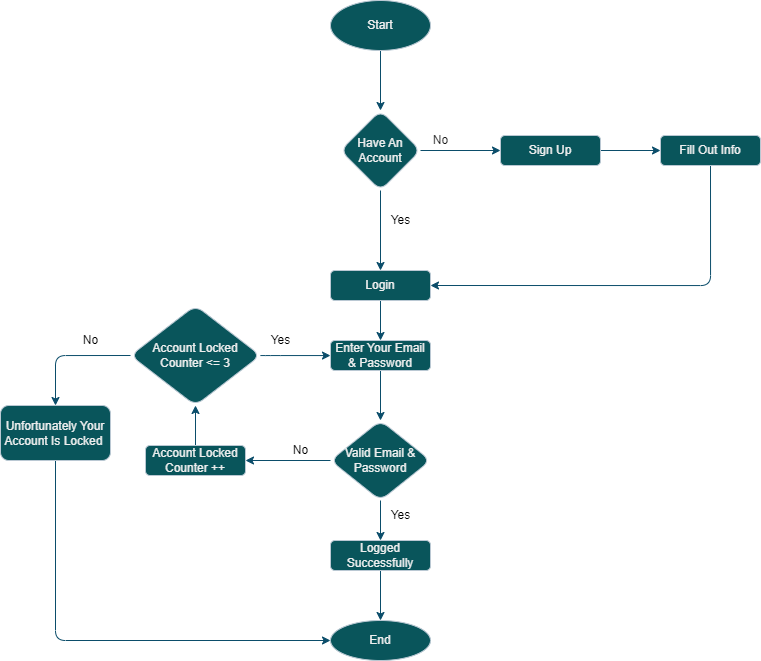
Earlier version of the draw.io export 00_Sprint_One/01_Introduction_To_Software_Engineering/00_Draw_Your_First_Flowchart/Flowchart.png (Khedr05/SPRINTS_Automotive_Software_Bootcamp). Source tidied: cells renumbered, new cells last; positions are measured from the earlier drawing's top-left corner, leaving out a move shared by most shapes.
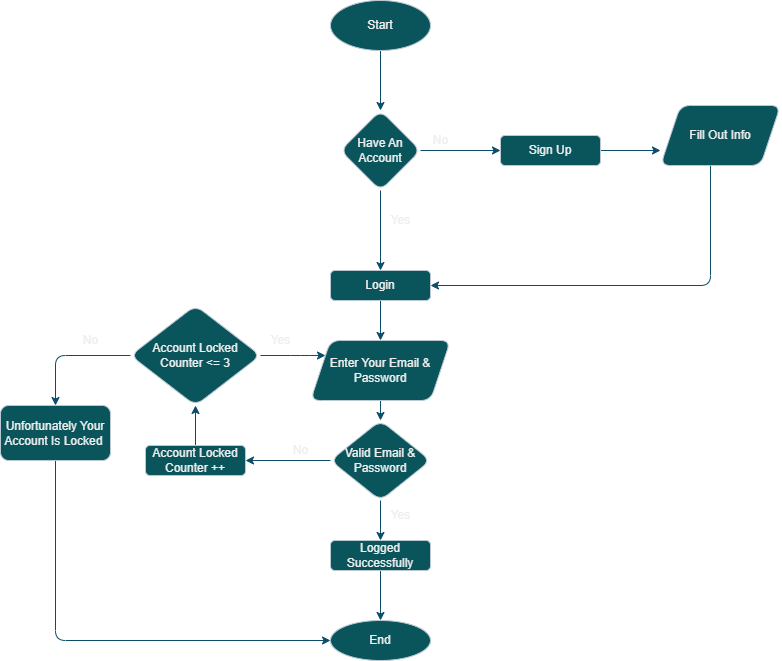
After the commit.

Commit message:
edit flowchart in sprint one

Change to the diagram source:
```diff
@@ -8,8 +8,10 @@
     <mxCell id="3" value="Start" style="ellipse;whiteSpace=wrap;html=1;rounded=1;labelBackgroundColor=none;fillColor=#09555B;strokeColor=#BAC8D3;fontColor=#EEEEEE;" parent="1" vertex="1">
       <mxGeometry x="330" width="100" height="50" as="geometry" />
     </mxCell>
-    <mxCell id="4" style="edgeStyle=orthogonalEdgeStyle;rounded=1;jettySize=auto;html=1;labelBackgroundColor=none;strokeColor=#0B4D6A;fontColor=default;" parent="1" edge="1" source="5" target="14">
-      <mxGeometry relative="1" as="geometry" />
+    <mxCell id="4" style="edgeStyle=orthogonalEdgeStyle;rounded=1;jettySize=auto;html=1;labelBackgroundColor=none;strokeColor=#0B4D6A;fontColor=default;" parent="1" edge="1" source="5">
+      <mxGeometry relative="1" as="geometry">
+        <mxPoint x="660" y="150" as="targetPoint" />
+      </mxGeometry>
     </mxCell>
     <mxCell id="5" value="Sign Up" style="rounded=1;whiteSpace=wrap;html=1;labelBackgroundColor=none;fillColor=#09555B;strokeColor=#BAC8D3;fontColor=#EEEEEE;" parent="1" vertex="1">
       <mxGeometry x="500" y="135" width="100" height="30" as="geometry" />
@@ -23,7 +25,7 @@
     <mxCell id="8" value="Have An Account" style="rhombus;whiteSpace=wrap;html=1;rounded=1;labelBackgroundColor=none;fillColor=#09555B;strokeColor=#BAC8D3;fontColor=#EEEEEE;" parent="1" vertex="1">
       <mxGeometry x="340" y="110" width="80" height="80" as="geometry" />
     </mxCell>
-    <mxCell id="9" value="No" style="text;html=1;align=center;verticalAlign=middle;strokeColor=none;fillColor=none;rounded=1;labelBackgroundColor=none;fontColor=#1a1a1a;" parent="1" vertex="1">
+    <mxCell id="9" value="No" style="text;html=1;align=center;verticalAlign=middle;strokeColor=none;fillColor=none;rounded=1;labelBackgroundColor=none;fontColor=#EEEEEE;" parent="1" vertex="1">
       <mxGeometry x="420" y="125" width="40" height="30" as="geometry" />
     </mxCell>
     <mxCell id="10" style="edgeStyle=orthogonalEdgeStyle;rounded=1;jettySize=auto;html=1;labelBackgroundColor=none;strokeColor=#0B4D6A;fontColor=default;" parent="1" edge="1" source="11" target="16">
@@ -32,25 +34,17 @@
     <mxCell id="11" value="Login" style="rounded=1;whiteSpace=wrap;html=1;labelBackgroundColor=none;fillColor=#09555B;strokeColor=#BAC8D3;fontColor=#EEEEEE;" parent="1" vertex="1">
       <mxGeometry x="330" y="270" width="100" height="30" as="geometry" />
     </mxCell>
-    <mxCell id="12" value="Yes" style="text;html=1;align=center;verticalAlign=middle;strokeColor=none;fillColor=none;rounded=1;labelBackgroundColor=none;fontColor=#000000;" parent="1" vertex="1">
+    <mxCell id="12" value="Yes" style="text;html=1;align=center;verticalAlign=middle;strokeColor=none;fillColor=none;rounded=1;labelBackgroundColor=none;fontColor=#EEEEEE;" parent="1" vertex="1">
       <mxGeometry x="380" y="205" width="40" height="30" as="geometry" />
     </mxCell>
-    <mxCell id="13" style="edgeStyle=orthogonalEdgeStyle;rounded=1;jettySize=auto;html=1;exitX=0.5;exitY=1;exitDx=0;exitDy=0;entryX=1;entryY=0.5;entryDx=0;entryDy=0;labelBackgroundColor=none;strokeColor=#0B4D6A;fontColor=default;" parent="1" edge="1" source="14" target="11">
+    <mxCell id="13" style="edgeStyle=orthogonalEdgeStyle;rounded=1;jettySize=auto;html=1;exitX=0.5;exitY=1;exitDx=0;exitDy=0;entryX=1;entryY=0.5;entryDx=0;entryDy=0;labelBackgroundColor=none;strokeColor=#0B4D6A;fontColor=default;" parent="1" edge="1" target="11">
       <mxGeometry relative="1" as="geometry">
+        <mxPoint x="710" y="165" as="sourcePoint" />
         <Array as="points">
           <mxPoint x="710" y="285" />
         </Array>
       </mxGeometry>
     </mxCell>
-    <mxCell id="14" value="Fill Out Info" style="rounded=1;whiteSpace=wrap;html=1;labelBackgroundColor=none;fillColor=#09555B;strokeColor=#BAC8D3;fontColor=#EEEEEE;" parent="1" vertex="1">
-      <mxGeometry x="660" y="135" width="100" height="30" as="geometry" />
-    </mxCell>
-    <mxCell id="15" style="edgeStyle=orthogonalEdgeStyle;rounded=1;jettySize=auto;html=1;labelBackgroundColor=none;strokeColor=#0B4D6A;fontColor=default;" parent="1" edge="1" source="16" target="19">
-      <mxGeometry relative="1" as="geometry" />
-    </mxCell>
-    <mxCell id="16" value="Enter Your Email &amp;amp; Password" style="rounded=1;whiteSpace=wrap;html=1;labelBackgroundColor=none;fillColor=#09555B;strokeColor=#BAC8D3;fontColor=#EEEEEE;" parent="1" vertex="1">
-      <mxGeometry x="330" y="340" width="100" height="30" as="geometry" />
-    </mxCell>
     <mxCell id="17" style="edgeStyle=orthogonalEdgeStyle;rounded=1;jettySize=auto;html=1;labelBackgroundColor=none;strokeColor=#0B4D6A;fontColor=default;" parent="1" edge="1" source="19" target="21">
       <mxGeometry relative="1" as="geometry" />
     </mxCell>
@@ -69,7 +63,7 @@
     <mxCell id="22" value="End" style="ellipse;whiteSpace=wrap;html=1;rounded=1;labelBackgroundColor=none;fillColor=#09555B;strokeColor=#BAC8D3;fontColor=#EEEEEE;" parent="1" vertex="1">
       <mxGeometry x="330" y="620" width="100" height="40" as="geometry" />
     </mxCell>
-    <mxCell id="23" value="Yes" style="text;html=1;align=center;verticalAlign=middle;strokeColor=none;fillColor=none;rounded=1;labelBackgroundColor=none;fontColor=#000000;" parent="1" vertex="1">
+    <mxCell id="23" value="Yes" style="text;html=1;align=center;verticalAlign=middle;strokeColor=none;fillColor=none;rounded=1;labelBackgroundColor=none;fontColor=#EEEEEE;" parent="1" vertex="1">
       <mxGeometry x="380" y="500" width="40" height="30" as="geometry" />
     </mxCell>
     <mxCell id="24" style="edgeStyle=orthogonalEdgeStyle;rounded=1;jettySize=auto;html=1;labelBackgroundColor=none;strokeColor=#0B4D6A;fontColor=default;" parent="1" edge="1" source="25" target="29">
@@ -78,28 +72,28 @@
     <mxCell id="25" value="Account Locked Counter ++" style="rounded=1;whiteSpace=wrap;html=1;labelBackgroundColor=none;fillColor=#09555B;strokeColor=#BAC8D3;fontColor=#EEEEEE;" parent="1" vertex="1">
       <mxGeometry x="145" y="445" width="100" height="30" as="geometry" />
     </mxCell>
-    <mxCell id="26" value="No" style="text;html=1;align=center;verticalAlign=middle;strokeColor=none;fillColor=none;rounded=1;labelBackgroundColor=none;fontColor=#000000;" parent="1" vertex="1">
+    <mxCell id="26" value="No" style="text;html=1;align=center;verticalAlign=middle;strokeColor=none;fillColor=none;rounded=1;labelBackgroundColor=none;fontColor=#EEEEEE;" parent="1" vertex="1">
       <mxGeometry x="280" y="435" width="40" height="30" as="geometry" />
     </mxCell>
+    <mxCell id="28" style="edgeStyle=orthogonalEdgeStyle;rounded=1;jettySize=auto;html=1;exitX=0;exitY=0.5;exitDx=0;exitDy=0;entryX=0.5;entryY=0;entryDx=0;entryDy=0;labelBackgroundColor=none;strokeColor=#0B4D6A;fontColor=default;" parent="1" edge="1" source="29" target="32">
+      <mxGeometry relative="1" as="geometry">
+        <Array as="points">
+          <mxPoint x="55" y="355" />
+        </Array>
+      </mxGeometry>
+    </mxCell>
-    <mxCell id="27" style="edgeStyle=orthogonalEdgeStyle;rounded=1;jettySize=auto;html=1;labelBackgroundColor=none;strokeColor=#0B4D6A;fontColor=default;" parent="1" edge="1" source="29" target="16">
+    <mxCell id="27" style="edgeStyle=orthogonalEdgeStyle;rounded=1;jettySize=auto;html=1;exitX=1;exitY=0.5;exitDx=0;exitDy=0;labelBackgroundColor=none;strokeColor=#0B4D6A;fontColor=default;" parent="1" edge="1" source="29" target="16">
       <mxGeometry relative="1" as="geometry">
         <Array as="points">
-          <mxPoint x="270" y="355" />
-          <mxPoint x="270" y="355" />
+          <mxPoint x="300" y="355" />
+          <mxPoint x="300" y="355" />
         </Array>
       </mxGeometry>
     </mxCell>
-    <mxCell id="28" style="edgeStyle=orthogonalEdgeStyle;rounded=1;jettySize=auto;html=1;exitX=0;exitY=0.5;exitDx=0;exitDy=0;entryX=0.5;entryY=0;entryDx=0;entryDy=0;labelBackgroundColor=none;strokeColor=#0B4D6A;fontColor=default;" parent="1" edge="1" source="29" target="32">
-      <mxGeometry relative="1" as="geometry">
-        <Array as="points">
-          <mxPoint x="55" y="355" />
-        </Array>
-      </mxGeometry>
-    </mxCell>
     <mxCell id="29" value="Account Locked Counter &amp;lt;= 3" style="rhombus;whiteSpace=wrap;html=1;rounded=1;labelBackgroundColor=none;fillColor=#09555B;strokeColor=#BAC8D3;fontColor=#EEEEEE;" parent="1" vertex="1">
       <mxGeometry x="130" y="305" width="130" height="100" as="geometry" />
     </mxCell>
-    <mxCell id="30" value="Yes" style="text;html=1;align=center;verticalAlign=middle;strokeColor=none;fillColor=none;rounded=1;labelBackgroundColor=none;fontColor=#000000;" parent="1" vertex="1">
+    <mxCell id="30" value="Yes" style="text;html=1;align=center;verticalAlign=middle;strokeColor=none;fillColor=none;rounded=1;labelBackgroundColor=none;fontColor=#EEEEEE;" parent="1" vertex="1">
       <mxGeometry x="260" y="325" width="40" height="30" as="geometry" />
     </mxCell>
     <mxCell id="31" style="edgeStyle=orthogonalEdgeStyle;rounded=1;jettySize=auto;html=1;entryX=0;entryY=0.5;entryDx=0;entryDy=0;labelBackgroundColor=none;strokeColor=#0B4D6A;fontColor=default;" parent="1" edge="1" source="32" target="22">
@@ -112,8 +106,17 @@
     <mxCell id="32" value="Unfortunately Your Account Is Locked&amp;nbsp;" style="rounded=1;whiteSpace=wrap;html=1;labelBackgroundColor=none;fillColor=#09555B;strokeColor=#BAC8D3;fontColor=#EEEEEE;" parent="1" vertex="1">
       <mxGeometry y="405" width="110" height="55" as="geometry" />
     </mxCell>
-    <mxCell id="33" value="No" style="text;html=1;align=center;verticalAlign=middle;strokeColor=none;fillColor=none;rounded=1;labelBackgroundColor=none;fontColor=#000000;" parent="1" vertex="1">
+    <mxCell id="33" value="No" style="text;html=1;align=center;verticalAlign=middle;strokeColor=none;fillColor=none;rounded=1;labelBackgroundColor=none;fontColor=#EEEEEE;" parent="1" vertex="1">
       <mxGeometry x="70" y="325" width="40" height="30" as="geometry" />
     </mxCell>
+    <mxCell id="15" style="edgeStyle=orthogonalEdgeStyle;rounded=1;jettySize=auto;html=1;exitX=0.5;exitY=1;exitDx=0;exitDy=0;entryX=0.5;entryY=0;entryDx=0;entryDy=0;labelBackgroundColor=none;strokeColor=#0B4D6A;fontColor=default;" parent="1" edge="1" source="16" target="19">
+      <mxGeometry relative="1" as="geometry" />
+    </mxCell>
+    <mxCell id="16" value="Enter Your Email &amp;amp; Password" style="shape=parallelogram;perimeter=parallelogramPerimeter;whiteSpace=wrap;html=1;fixedSize=1;labelBackgroundColor=none;fillColor=#09555B;strokeColor=#BAC8D3;fontColor=#EEEEEE;rounded=1;" parent="1" vertex="1">
+      <mxGeometry x="310" y="340" width="140" height="60" as="geometry" />
+    </mxCell>
+    <mxCell id="14" value="Fill Out Info" style="shape=parallelogram;perimeter=parallelogramPerimeter;whiteSpace=wrap;html=1;fixedSize=1;labelBackgroundColor=none;fillColor=#09555B;strokeColor=#BAC8D3;fontColor=#EEEEEE;rounded=1;" parent="1" vertex="1">
+      <mxGeometry x="660" y="105" width="120" height="60" as="geometry" />
+    </mxCell>
   </root>
 </mxGraphModel>
```
